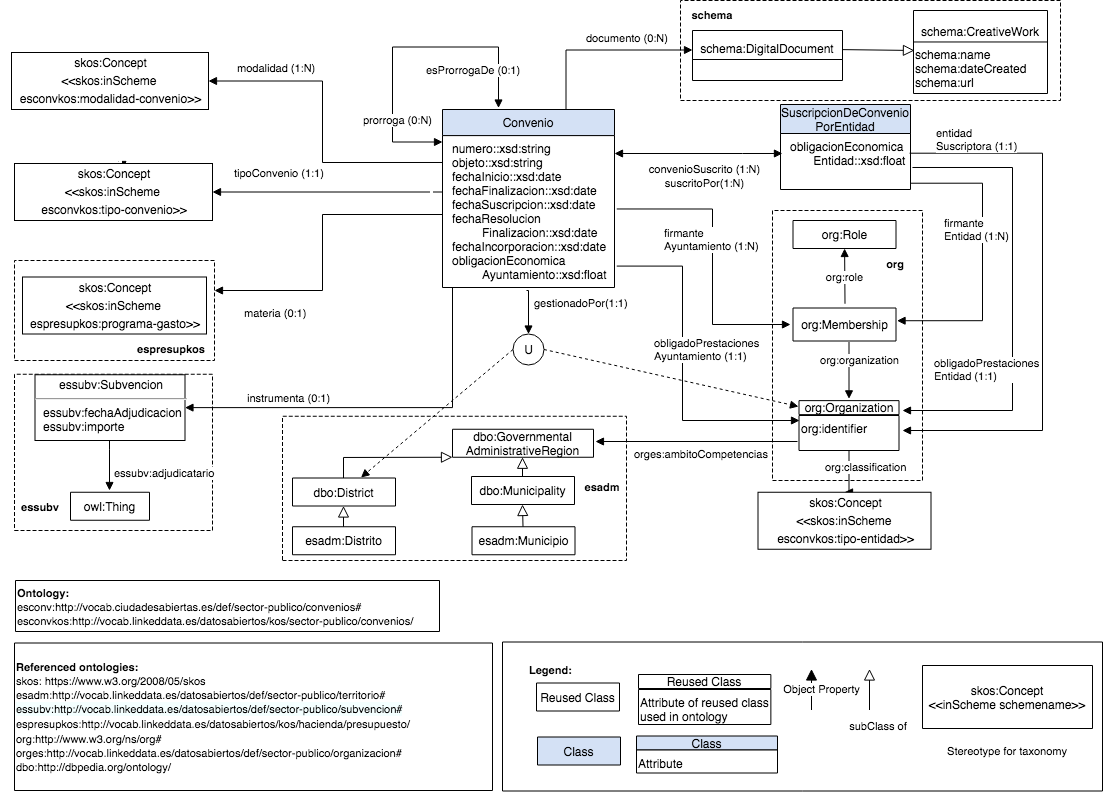
Earlier version of the draw.io export OnToology/ontology/convenio.owl/documentation/resources/images/modeloConceptual.png (opencitydata/sector-publico-convenio-old). Source tidied: cells renumbered, new cells last; positions are measured from the earlier drawing's top-left corner, leaving out a move shared by most shapes.
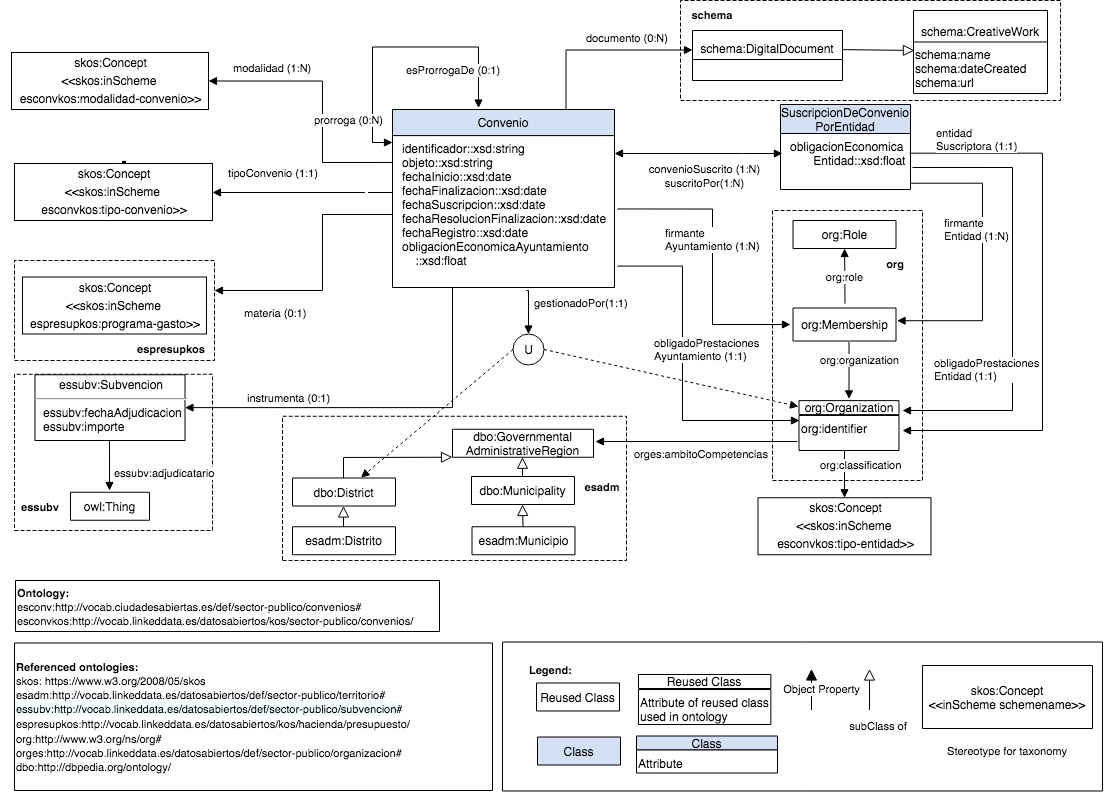
After the change.

Commit message:
Actualización diagrama conceptual y ontología

Se hizo consistente el diagrama conceptual con respecto a la ontología.
Se cambió la propiedad número de convenio por identificador de conveio.

What changed in the source:
```diff
@@ -162,8 +162,7 @@
       <mxGeometry x="0.19" y="-33" relative="1" as="geometry">
         <mxPoint x="848.5" y="436.5" as="sourcePoint" />
         <Array as="points">
-          <mxPoint x="848.5" y="469.2" />
-          <mxPoint x="848.5" y="469.2" />
+          <mxPoint x="844" y="437" />
         </Array>
         <mxPoint x="7" y="-19" as="offset" />
       </mxGeometry>
@@ -259,14 +258,14 @@
     <mxCell id="60" value="&lt;p style=&quot;margin-left: 0 ; margin-right: 0 ; margin-top: 0px ; margin-bottom: 0px ; text-indent: 0 ; direction: ltr&quot;&gt;&lt;br&gt;&lt;/p&gt;" style="verticalAlign=top;align=left;vsdxID=335;fillColor=#FFFFFF;gradientColor=none;shape=(stored shape, 160 characters);labelBackgroundColor=none;rounded=0;html=1;whiteSpace=wrap;" parent="58" vertex="1">
       <mxGeometry y="29" width="150" height="21" as="geometry" />
     </mxCell>
-    <mxCell id="61" style="endArrow=block;html=1;edgeStyle=orthogonalEdgeStyle;entryX=0;entryY=0.25;entryDx=0;entryDy=0;exitX=0.295;exitY=0.008;exitDx=0;exitDy=0;startArrow=block;startFill=1;rounded=0;endFill=1;exitPerimeter=0;" parent="1" edge="1">
+    <mxCell id="61" style="endArrow=block;html=1;edgeStyle=orthogonalEdgeStyle;exitX=0.295;exitY=0.008;exitDx=0;exitDy=0;startArrow=block;startFill=1;rounded=0;endFill=1;exitPerimeter=0;" parent="1" edge="1">
       <mxGeometry relative="1" as="geometry">
-        <mxPoint x="498" y="107.5" as="sourcePoint" />
-        <mxPoint x="442" y="141.5" as="targetPoint" />
+        <mxPoint x="478" y="107.5" as="sourcePoint" />
+        <mxPoint x="392" y="142" as="targetPoint" />
         <Array as="points">
-          <mxPoint x="498" y="46.5" />
-          <mxPoint x="392" y="46.5" />
-          <mxPoint x="392" y="141.5" />
+          <mxPoint x="478" y="46.5" />
+          <mxPoint x="372" y="46.5" />
+          <mxPoint x="372" y="141.5" />
         </Array>
       </mxGeometry>
     </mxCell>
@@ -284,7 +283,7 @@
       <mxGeometry x="11" y="52" width="197" height="57" as="geometry" />
     </mxCell>
     <mxCell id="65" value="&lt;p style=&quot;margin: 0px ; margin-top: 4px ; text-align: center&quot;&gt;&lt;span&gt;skos:Concept&lt;/span&gt;&lt;br&gt;&lt;/p&gt;&lt;p style=&quot;margin: 0px ; margin-top: 4px ; text-align: center&quot;&gt;&amp;lt;&amp;lt;skos:inScheme&amp;nbsp;&lt;/p&gt;&lt;p style=&quot;margin: 0px ; margin-top: 4px ; text-align: center&quot;&gt;esconvkos:tipo-entidad&amp;gt;&amp;gt;&lt;span&gt;&lt;br&gt;&lt;/span&gt;&lt;/p&gt;" style="verticalAlign=top;align=left;overflow=fill;fontSize=12;fontFamily=Helvetica;html=1;" parent="1" vertex="1">
-      <mxGeometry x="757.5" y="491.8" width="173" height="57" as="geometry" />
+      <mxGeometry x="757.5" y="497.2" width="173" height="57" as="geometry" />
     </mxCell>
     <mxCell id="66" value="&lt;p style=&quot;margin: 0px ; margin-top: 4px ; text-align: center&quot;&gt;&lt;span&gt;skos:Concept&lt;/span&gt;&lt;br&gt;&lt;/p&gt;&lt;p style=&quot;margin: 0px ; margin-top: 4px ; text-align: center&quot;&gt;&amp;lt;&amp;lt;skos:inScheme&amp;nbsp;&lt;/p&gt;&lt;p style=&quot;margin: 0px ; margin-top: 4px ; text-align: center&quot;&gt;espresupkos:programa-gasto&amp;gt;&amp;gt;&lt;span&gt;&lt;br&gt;&lt;/span&gt;&lt;/p&gt;" style="verticalAlign=top;align=left;overflow=fill;fontSize=12;fontFamily=Helvetica;html=1;" parent="1" vertex="1">
       <mxGeometry x="22" y="276.5" width="184" height="57" as="geometry" />
@@ -305,13 +304,13 @@
       <mxGeometry x="922" y="665" width="170" height="63" as="geometry" />
     </mxCell>
     <mxCell id="72" style="group;" parent="1" vertex="1">
-      <mxGeometry x="442" y="109" width="172" height="178" as="geometry" />
+      <mxGeometry x="412" y="109" width="202" height="178" as="geometry" />
     </mxCell>
     <mxCell id="73" value="&lt;font style=&quot;font-size: 12px ; color: rgb(0 , 0 , 0) ; direction: ltr ; letter-spacing: 0px ; line-height: 120% ; opacity: 1&quot;&gt;Convenio&lt;br&gt;&lt;/font&gt;" style="verticalAlign=middle;align=center;vsdxID=307;fillColor=#D4E1F5;gradientColor=none;shape=(stored shape, 160 characters);labelBackgroundColor=none;rounded=0;html=1;whiteSpace=wrap;" parent="72" vertex="1">
-      <mxGeometry width="172" height="26.1" as="geometry" />
+      <mxGeometry x="-20" width="222" height="26.1" as="geometry" />
     </mxCell>
-    <mxCell id="74" value="&lt;p style=&quot;margin: 0px 0px 0px 8px&quot;&gt;numero::xsd:string&lt;/p&gt;&lt;p style=&quot;margin: 0px 0px 0px 8px&quot;&gt;objeto::xsd:string&lt;/p&gt;&lt;p style=&quot;margin: 0px 0px 0px 8px&quot;&gt;fechaInicio::xsd:date&lt;/p&gt;&lt;p style=&quot;margin: 0px 0px 0px 8px&quot;&gt;fechaFinalizacion::xsd:date&lt;/p&gt;&lt;p style=&quot;margin: 0px 0px 0px 8px&quot;&gt;fechaSuscripcion::xsd:date&lt;/p&gt;&lt;p style=&quot;margin: 0px 0px 0px 8px&quot;&gt;fechaResolucion&lt;/p&gt;&lt;p style=&quot;margin: 0px 0px 0px 8px&quot;&gt;&amp;nbsp; &amp;nbsp; &amp;nbsp; &amp;nbsp; &amp;nbsp;Finalizacion&lt;span&gt;::xsd:date&lt;/span&gt;&lt;/p&gt;&lt;p style=&quot;margin: 0px 0px 0px 8px&quot;&gt;fechaIncorporacion::xsd:date&lt;/p&gt;&lt;p style=&quot;margin: 0px 0px 0px 8px&quot;&gt;&lt;span&gt;obligacionEconomica&lt;/span&gt;&lt;br&gt;&lt;/p&gt;&lt;p style=&quot;margin: 0px 0px 0px 8px&quot;&gt;&lt;span&gt;&amp;nbsp; &amp;nbsp; &amp;nbsp; &amp;nbsp; &amp;nbsp;Ayuntamiento::xsd:float&lt;/span&gt;&lt;/p&gt;&lt;p style=&quot;margin: 0px ; direction: ltr&quot;&gt;&lt;font style=&quot;direction: ltr ; letter-spacing: 0px ; line-height: 120% ; opacity: 1&quot;&gt;&lt;/font&gt;&lt;/p&gt;&lt;p style=&quot;margin: 0px 0px 0px 8px&quot;&gt;&lt;br style=&quot;white-space: nowrap&quot;&gt;&lt;/p&gt;" style="verticalAlign=top;align=left;vsdxID=308;fillColor=#FFFFFF;gradientColor=none;shape=(stored shape, 160 characters);labelBackgroundColor=none;rounded=0;html=1;whiteSpace=wrap;" parent="72" vertex="1">
-      <mxGeometry y="26.1" width="172" height="151.9" as="geometry" />
+    <mxCell id="74" value="&lt;p style=&quot;margin: 0px 0px 0px 8px&quot;&gt;identificador::xsd:string&lt;/p&gt;&lt;p style=&quot;margin: 0px 0px 0px 8px&quot;&gt;objeto::xsd:string&lt;/p&gt;&lt;p style=&quot;margin: 0px 0px 0px 8px&quot;&gt;fechaInicio::xsd:date&lt;/p&gt;&lt;p style=&quot;margin: 0px 0px 0px 8px&quot;&gt;fechaFinalizacion::xsd:date&lt;/p&gt;&lt;p style=&quot;margin: 0px 0px 0px 8px&quot;&gt;fechaSuscripcion::xsd:date&lt;/p&gt;&lt;p style=&quot;margin: 0px 0px 0px 8px&quot;&gt;fechaResolucion&lt;span&gt;Finalizacion&lt;/span&gt;&lt;span&gt;::xsd:date&lt;/span&gt;&lt;/p&gt;&lt;p style=&quot;margin: 0px 0px 0px 8px&quot;&gt;fechaRegistro::xsd:date&lt;/p&gt;&lt;p style=&quot;margin: 0px 0px 0px 8px&quot;&gt;&lt;span&gt;obligacionEconomica&lt;/span&gt;&lt;span&gt;Ayuntamiento&lt;/span&gt;&lt;/p&gt;&lt;p style=&quot;margin: 0px 0px 0px 8px&quot;&gt;&lt;span&gt;&amp;nbsp; &amp;nbsp; ::xsd:float&lt;/span&gt;&lt;/p&gt;&lt;p style=&quot;margin: 0px ; direction: ltr&quot;&gt;&lt;font style=&quot;direction: ltr ; letter-spacing: 0px ; line-height: 120% ; opacity: 1&quot;&gt;&lt;/font&gt;&lt;/p&gt;&lt;p style=&quot;margin: 0px 0px 0px 8px&quot;&gt;&lt;br style=&quot;white-space: nowrap&quot;&gt;&lt;/p&gt;" style="verticalAlign=top;align=left;vsdxID=308;fillColor=#FFFFFF;gradientColor=none;shape=(stored shape, 160 characters);labelBackgroundColor=none;rounded=0;html=1;whiteSpace=wrap;" parent="72" vertex="1">
+      <mxGeometry x="-20" y="26.1" width="222" height="151.9" as="geometry" />
     </mxCell>
     <mxCell id="75" style="group;" parent="1" vertex="1">
       <mxGeometry x="800" y="120" width="260" height="90" as="geometry" />
@@ -393,10 +392,10 @@
     </mxCell>
     <mxCell id="95" value="tipoConvenio (1:1)" style="endArrow=block;endFill=1;html=1;edgeStyle=orthogonalEdgeStyle;align=left;verticalAlign=top;rounded=0;" parent="1" edge="1" target="94">
       <mxGeometry x="0.85" y="-32" relative="1" as="geometry">
-        <mxPoint x="442" y="198" as="sourcePoint" />
+        <mxPoint x="392" y="190" as="sourcePoint" />
         <Array as="points">
-          <mxPoint x="442" y="180" />
-          <mxPoint x="442" y="190" />
+          <mxPoint x="392" y="192" />
+          <mxPoint x="392" y="190" />
         </Array>
       </mxGeometry>
     </mxCell>
```
